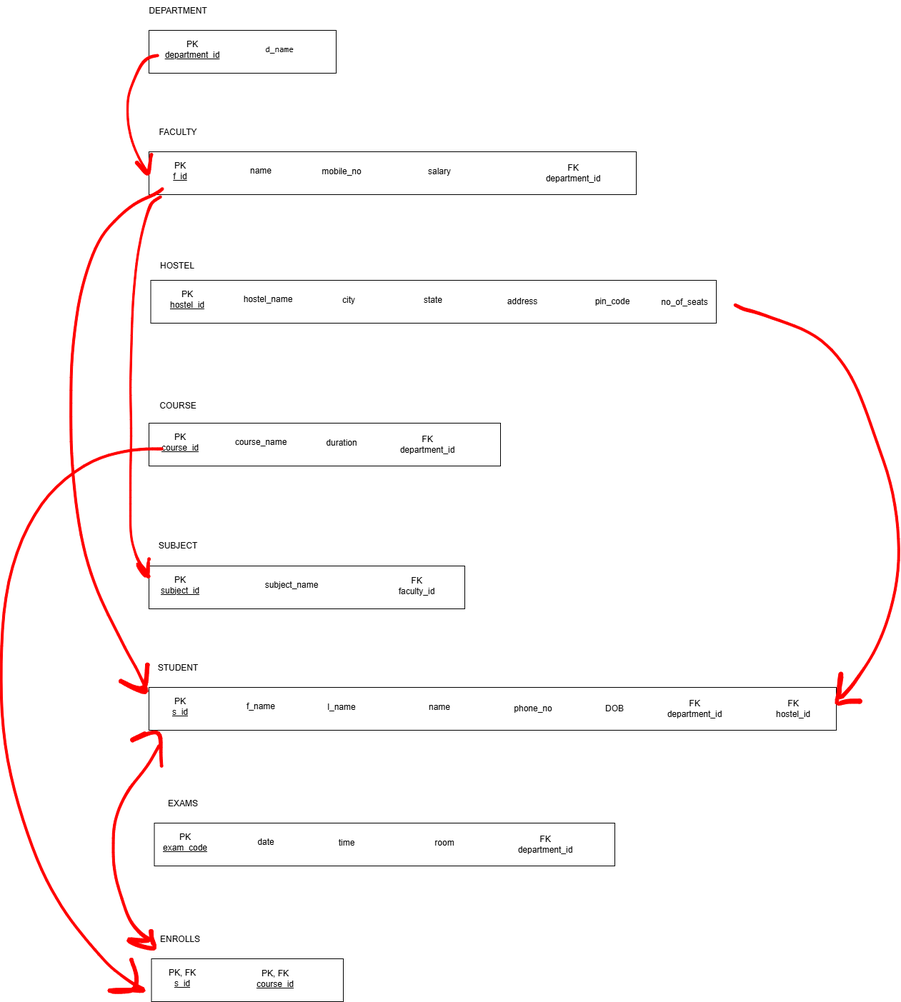
The draw.io diagram DatabaseTasks/College Management System DB Mapping.drawio.png in zuwaina-alrashdi/SparkToCodeProjects, before a commit. Source tidied: cells renumbered, new cells last; positions are measured from the earlier drawing's top-left corner, leaving out a move shared by most shapes.
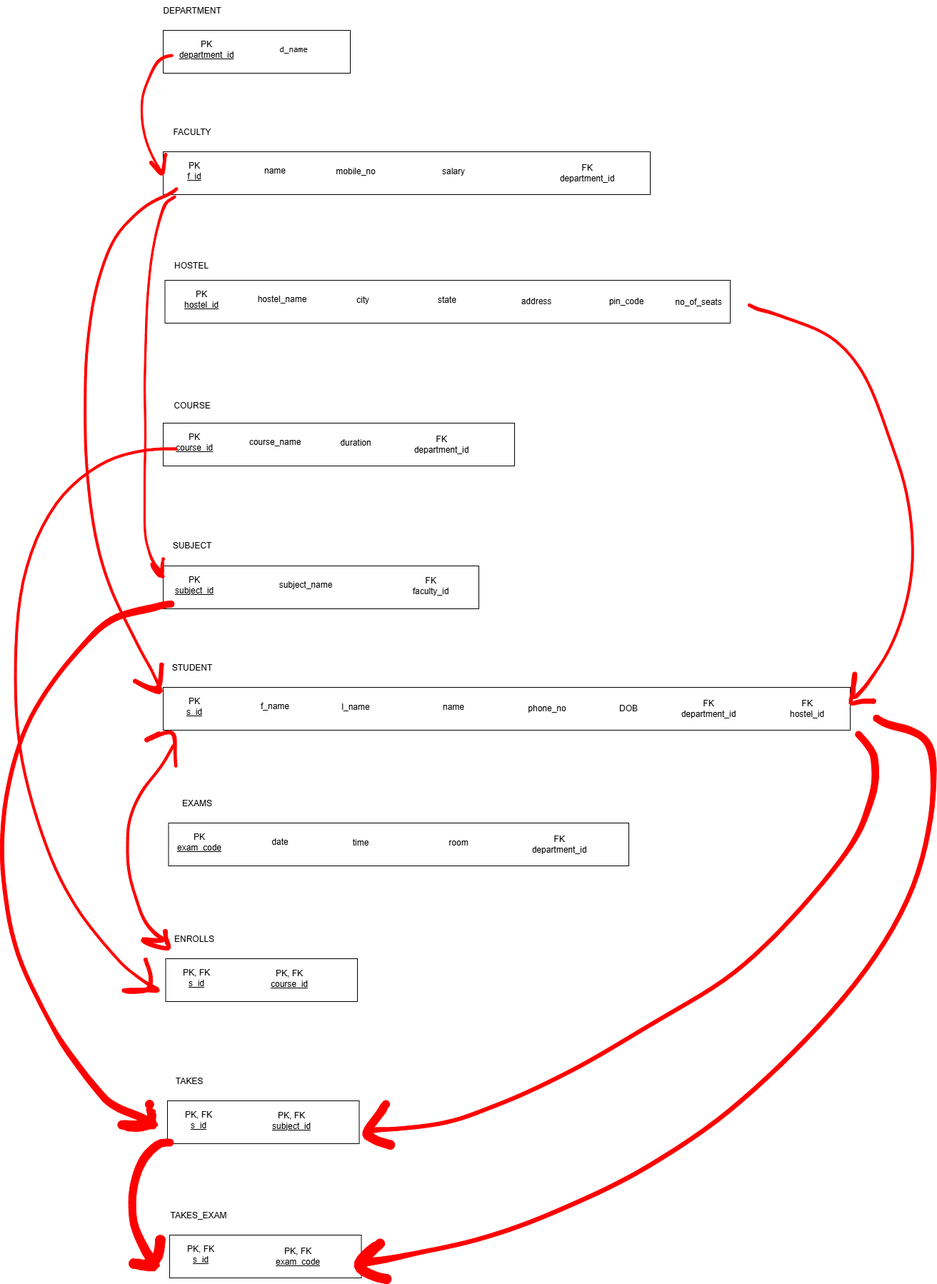
Above is the later version.

Commit message:
Fix Database Mapping Tasks

Diff of the diagram source:
```diff
@@ -179,5 +179,41 @@
     <mxCell id="60" style="shape=(stored shape, 2440 characters);lineShape=1;strokeColor=#FF0000;" parent="1" vertex="1">
       <mxGeometry x="1026.7" y="424.7" width="232.1" height="562.5" as="geometry" />
     </mxCell>
+    <mxCell id="61" style="rounded=0;whiteSpace=wrap;html=1;" parent="1" vertex="1">
+      <mxGeometry x="214" y="1541" width="268.5" height="60" as="geometry" />
+    </mxCell>
+    <mxCell id="62" value="&lt;div&gt;PK, FK&lt;/div&gt;&lt;u&gt;s_id&lt;/u&gt;" style="text;html=1;whiteSpace=wrap;strokeColor=none;fillColor=none;align=center;verticalAlign=middle;rounded=0;" parent="1" vertex="1">
+      <mxGeometry x="227.5" y="1553" width="60" height="30" as="geometry" />
+    </mxCell>
+    <mxCell id="63" value="&lt;div&gt;PK, FK&lt;/div&gt;&lt;u&gt;subject_id&lt;/u&gt;" style="text;html=1;whiteSpace=wrap;strokeColor=none;fillColor=none;align=center;verticalAlign=middle;rounded=0;" parent="1" vertex="1">
+      <mxGeometry x="357.5" y="1554" width="60" height="30" as="geometry" />
+    </mxCell>
+    <mxCell id="64" value="TAKES" style="text;html=1;whiteSpace=wrap;strokeColor=none;fillColor=none;align=center;verticalAlign=middle;rounded=0;" parent="1" vertex="1">
+      <mxGeometry x="214.5" y="1499" width="60" height="30" as="geometry" />
+    </mxCell>
+    <mxCell id="65" style="rounded=0;whiteSpace=wrap;html=1;" parent="1" vertex="1">
+      <mxGeometry x="217" y="1729" width="268.5" height="60" as="geometry" />
+    </mxCell>
+    <mxCell id="66" value="&lt;div&gt;PK, FK&lt;/div&gt;&lt;u&gt;s_id&lt;/u&gt;" style="text;html=1;whiteSpace=wrap;strokeColor=none;fillColor=none;align=center;verticalAlign=middle;rounded=0;" parent="1" vertex="1">
+      <mxGeometry x="230.5" y="1741" width="60" height="30" as="geometry" />
+    </mxCell>
+    <mxCell id="67" value="TAKES_EXAM" style="text;html=1;whiteSpace=wrap;strokeColor=none;fillColor=none;align=center;verticalAlign=middle;rounded=0;" parent="1" vertex="1">
+      <mxGeometry x="227.5" y="1687" width="60" height="30" as="geometry" />
+    </mxCell>
+    <mxCell id="68" value="&lt;div&gt;PK, FK&lt;/div&gt;&lt;u&gt;exam_code&lt;/u&gt;" style="text;html=1;whiteSpace=wrap;strokeColor=none;fillColor=none;align=center;verticalAlign=middle;rounded=0;" parent="1" vertex="1">
+      <mxGeometry x="367" y="1744" width="60" height="30" as="geometry" />
+    </mxCell>
+    <mxCell id="69" style="shape=(stored shape, 2540 characters);lineShape=1;strokeColor=#FF0000;" parent="1" vertex="1">
+      <mxGeometry x="487.4" y="1023.7" width="722.6" height="585.2" as="geometry" />
+    </mxCell>
+    <mxCell id="70" style="shape=(stored shape, 2692 characters);lineShape=1;strokeColor=#FF0000;" parent="1" vertex="1">
+      <mxGeometry x="-20.1" y="841" width="243.5" height="742.9" as="geometry" />
+    </mxCell>
+    <mxCell id="71" style="shape=(stored shape, 2504 characters);lineShape=1;strokeColor=#FF0000;" parent="1" vertex="1">
+      <mxGeometry x="475.7" y="1000.8" width="815" height="796.2" as="geometry" />
+    </mxCell>
+    <mxCell id="72" style="shape=(stored shape, 1756 characters);lineShape=1;strokeColor=#FF0000;" parent="1" vertex="1">
+      <mxGeometry x="159.6" y="1594.5" width="62.7" height="184.9" as="geometry" />
+    </mxCell>
   </root>
 </mxGraphModel>
```
